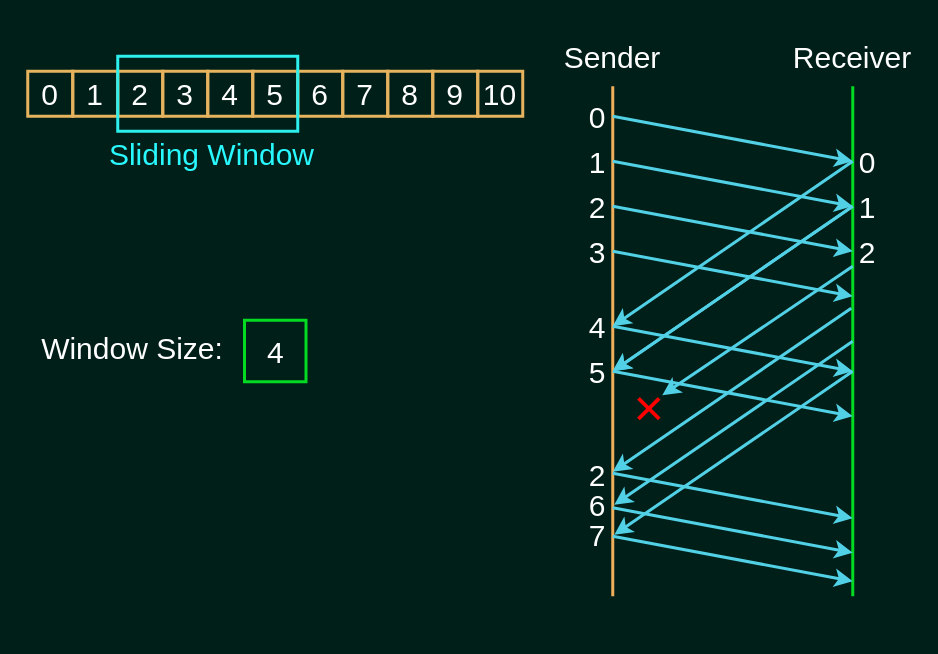
This is page "滑动窗口goback-N 的副本" (4 of 6) of booming/ppt18_lag.drawio from yrdimple/flowChart, a draw.io file, before an edit. Source tidied: cells renumbered, new cells numbered last; positions are measured from the earlier drawing's top-left corner, leaving out a move shared by most shapes. Both pictures are drawn from the tidied source at 150%, with x=0, y=0 at pixel (27, 26).
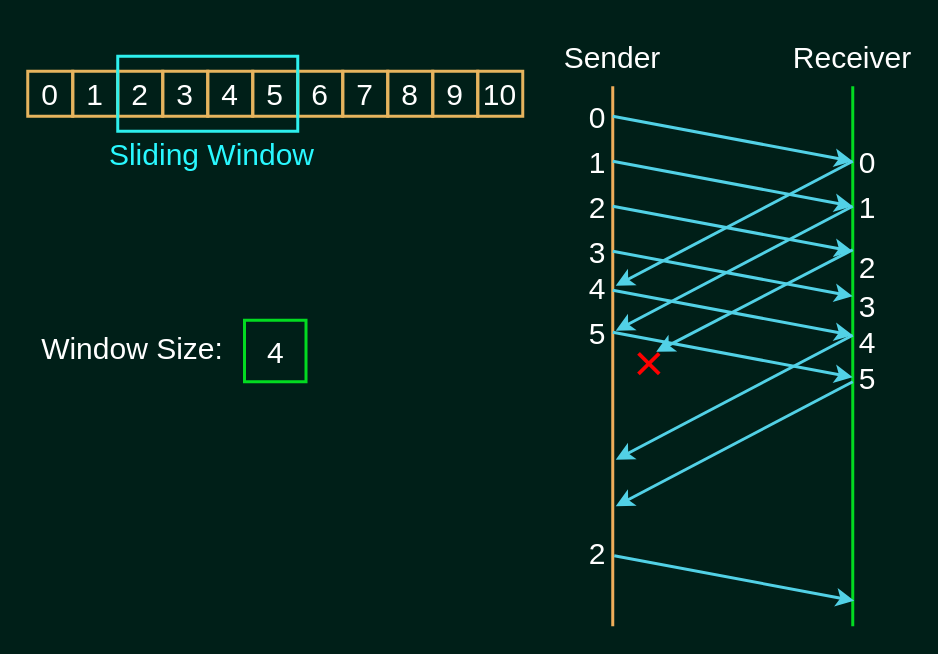
After the change.

Unchanged cells that the change refers to:
```xml
<mxCell id="14" value="Sender" style="rounded=1;whiteSpace=wrap;html=1;fontSize=20;strokeColor=none;fillColor=none;strokeWidth=2;fontColor=#FFFFFF;" parent="1" vertex="1">
  <mxGeometry x="350" width="80" height="40" as="geometry" />
</mxCell>
```

What changed in the source:
```diff
@@
     <mxCell id="13" style="endArrow=none;html=1;rounded=0;fontSize=20;strokeWidth=2;fillColor=#ffcc99;strokeColor=#efae5a;entryX=0.5;entryY=1;entryDx=0;entryDy=0;" parent="1" edge="1" target="14">
       <mxGeometry relative="1" as="geometry">
-        <mxPoint x="390" y="380" as="sourcePoint" />
+        <mxPoint x="390" y="400" as="sourcePoint" />
       </mxGeometry>
     </mxCell>
@@
     <mxCell id="16" style="endArrow=none;html=1;rounded=0;fontSize=20;strokeWidth=2;strokeColor=#02db21;" parent="1" edge="1">
       <mxGeometry relative="1" as="geometry">
-        <mxPoint x="550" y="380" as="sourcePoint" />
+        <mxPoint x="550" y="400" as="sourcePoint" />
         <mxPoint x="550" y="40" as="targetPoint" />
       </mxGeometry>
     </mxCell>
@@
     <mxCell id="22" style="endArrow=classic;html=1;rounded=0;fontSize=20;strokeWidth=2;fillColor=#b1ddf0;strokeColor=#52d1e6;fontColor=#FFFFFF;" parent="1" edge="1">
       <mxGeometry relative="1" as="geometry">
         <mxPoint x="550" y="90" as="sourcePoint" />
-        <mxPoint x="390" y="200" as="targetPoint" />
+        <mxPoint x="392" y="173" as="targetPoint" />
       </mxGeometry>
     </mxCell>
-    <mxCell id="23" style="endArrow=classic;html=1;rounded=0;fontSize=20;strokeWidth=2;fillColor=#b1ddf0;strokeColor=#52d1e6;fontColor=#FFFFFF;" parent="1" edge="1">
-      <mxGeometry relative="1" as="geometry">
-        <mxPoint x="550" y="120" as="sourcePoint" />
-        <mxPoint x="390" y="230" as="targetPoint" />
-      </mxGeometry>
-    </mxCell>
-    <mxCell id="24" style="endArrow=classic;html=1;rounded=0;fontSize=20;strokeWidth=2;fillColor=#b1ddf0;strokeColor=#52d1e6;fontColor=#FFFFFF;" parent="1" edge="1">
-      <mxGeometry relative="1" as="geometry">
-        <mxPoint x="550" y="120" as="sourcePoint" />
-        <mxPoint x="390" y="230" as="targetPoint" />
-      </mxGeometry>
-    </mxCell>
@@
     <mxCell id="30" value="&lt;font style=&quot;font-size: 20px;&quot;&gt;2&lt;/font&gt;" style="whiteSpace=wrap;html=1;fillColor=none;strokeColor=none;strokeWidth=2;fontColor=#FFFFFF;" parent="1" vertex="1">
-      <mxGeometry x="550" y="140" width="20" height="20" as="geometry" />
+      <mxGeometry x="550" y="150" width="20" height="20" as="geometry" />
     </mxCell>
     <mxCell id="31" style="endArrow=classic;html=1;rounded=0;fontSize=20;strokeWidth=2;fillColor=#b1ddf0;strokeColor=#52d1e6;fontColor=#FFFFFF;" parent="1" edge="1">
       <mxGeometry relative="1" as="geometry">
-        <mxPoint x="390" y="200" as="sourcePoint" />
-        <mxPoint x="550" y="230" as="targetPoint" />
+        <mxPoint x="390" y="176" as="sourcePoint" />
+        <mxPoint x="550" y="206" as="targetPoint" />
       </mxGeometry>
     </mxCell>
     <mxCell id="32" style="endArrow=classic;html=1;rounded=0;fontSize=20;strokeWidth=2;fillColor=#b1ddf0;strokeColor=#52d1e6;fontColor=#FFFFFF;" parent="1" edge="1">
       <mxGeometry relative="1" as="geometry">
-        <mxPoint x="390" y="230" as="sourcePoint" />
-        <mxPoint x="550" y="260" as="targetPoint" />
+        <mxPoint x="390" y="204" as="sourcePoint" />
+        <mxPoint x="550" y="234" as="targetPoint" />
       </mxGeometry>
     </mxCell>
     <mxCell id="33" value="&lt;font style=&quot;font-size: 20px;&quot;&gt;5&lt;/font&gt;" style="whiteSpace=wrap;html=1;fillColor=none;strokeColor=none;strokeWidth=2;fontColor=#FFFFFF;" parent="1" vertex="1">
-      <mxGeometry x="370" y="220" width="20" height="20" as="geometry" />
+      <mxGeometry x="370" y="194" width="20" height="20" as="geometry" />
     </mxCell>
     <mxCell id="34" value="&lt;font style=&quot;font-size: 20px;&quot;&gt;4&lt;/font&gt;" style="whiteSpace=wrap;html=1;fillColor=none;strokeColor=none;strokeWidth=2;fontColor=#FFFFFF;" parent="1" vertex="1">
-      <mxGeometry x="370" y="190" width="20" height="20" as="geometry" />
+      <mxGeometry x="370" y="164" width="20" height="20" as="geometry" />
     </mxCell>
-    <mxCell id="35" style="endArrow=classic;html=1;rounded=0;fontSize=20;strokeWidth=2;fillColor=#b1ddf0;strokeColor=#52d1e6;fontColor=#FFFFFF;" parent="1" edge="1">
-      <mxGeometry relative="1" as="geometry">
-        <mxPoint x="550" y="160" as="sourcePoint" />
-        <mxPoint x="423" y="246" as="targetPoint" />
-      </mxGeometry>
-    </mxCell>
@@
     <mxCell id="40" value="×" style="rounded=0;whiteSpace=wrap;html=1;fontSize=35;fontColor=#FF0000;strokeColor=none;strokeWidth=2;fillColor=none;" parent="1" vertex="1">
-      <mxGeometry x="399" y="244" width="31" height="19" as="geometry" />
+      <mxGeometry x="399" y="214" width="31" height="19" as="geometry" />
     </mxCell>
-    <mxCell id="41" style="endArrow=classic;html=1;rounded=0;fontSize=20;strokeWidth=2;fillColor=#b1ddf0;strokeColor=#52d1e6;fontColor=#FFFFFF;" parent="1" edge="1">
-      <mxGeometry relative="1" as="geometry">
-        <mxPoint x="390" y="340" as="sourcePoint" />
-        <mxPoint x="550" y="370" as="targetPoint" />
-      </mxGeometry>
-    </mxCell>
-    <mxCell id="42" style="endArrow=classic;html=1;rounded=0;fontSize=20;strokeWidth=2;fillColor=#b1ddf0;strokeColor=#52d1e6;fontColor=#FFFFFF;" parent="1" edge="1">
-      <mxGeometry relative="1" as="geometry">
-        <mxPoint x="549" y="188" as="sourcePoint" />
-        <mxPoint x="390" y="297" as="targetPoint" />
-      </mxGeometry>
-    </mxCell>
-    <mxCell id="43" style="endArrow=classic;html=1;rounded=0;fontSize=20;strokeWidth=2;fillColor=#b1ddf0;strokeColor=#52d1e6;fontColor=#FFFFFF;" parent="1" edge="1">
-      <mxGeometry relative="1" as="geometry">
-        <mxPoint x="550" y="210" as="sourcePoint" />
-        <mxPoint x="391" y="319" as="targetPoint" />
-      </mxGeometry>
-    </mxCell>
-    <mxCell id="44" style="endArrow=classic;html=1;rounded=0;fontSize=20;strokeWidth=2;fillColor=#b1ddf0;strokeColor=#52d1e6;fontColor=#FFFFFF;" parent="1" edge="1">
-      <mxGeometry relative="1" as="geometry">
-        <mxPoint x="550" y="230" as="sourcePoint" />
-        <mxPoint x="391" y="339" as="targetPoint" />
-      </mxGeometry>
-    </mxCell>
-    <mxCell id="45" style="endArrow=classic;html=1;rounded=0;fontSize=20;strokeWidth=2;fillColor=#b1ddf0;strokeColor=#52d1e6;fontColor=#FFFFFF;" parent="1" edge="1">
-      <mxGeometry relative="1" as="geometry">
-        <mxPoint x="390" y="321" as="sourcePoint" />
-        <mxPoint x="550" y="351" as="targetPoint" />
-      </mxGeometry>
-    </mxCell>
-    <mxCell id="46" style="endArrow=classic;html=1;rounded=0;fontSize=20;strokeWidth=2;fillColor=#b1ddf0;strokeColor=#52d1e6;fontColor=#FFFFFF;" parent="1" edge="1">
-      <mxGeometry relative="1" as="geometry">
-        <mxPoint x="390" y="298" as="sourcePoint" />
-        <mxPoint x="550" y="328" as="targetPoint" />
-      </mxGeometry>
-    </mxCell>
     <mxCell id="47" value="&lt;font style=&quot;font-size: 20px;&quot;&gt;2&lt;/font&gt;" style="whiteSpace=wrap;html=1;fillColor=none;strokeColor=none;strokeWidth=2;fontColor=#FFFFFF;" parent="1" vertex="1">
-      <mxGeometry x="370" y="289" width="20" height="20" as="geometry" />
+      <mxGeometry x="370" y="341" width="20" height="20" as="geometry" />
     </mxCell>
-    <mxCell id="48" value="&lt;font style=&quot;font-size: 20px;&quot;&gt;6&lt;/font&gt;" style="whiteSpace=wrap;html=1;fillColor=none;strokeColor=none;strokeWidth=2;fontColor=#FFFFFF;" parent="1" vertex="1">
-      <mxGeometry x="370" y="309" width="20" height="20" as="geometry" />
-    </mxCell>
-    <mxCell id="49" value="&lt;font style=&quot;font-size: 20px;&quot;&gt;7&lt;/font&gt;" style="whiteSpace=wrap;html=1;fillColor=none;strokeColor=none;strokeWidth=2;fontColor=#FFFFFF;" parent="1" vertex="1">
-      <mxGeometry x="370" y="329" width="20" height="20" as="geometry" />
-    </mxCell>
+    <mxCell id="50" value="&lt;font style=&quot;font-size: 20px;&quot;&gt;3&lt;/font&gt;" style="whiteSpace=wrap;html=1;fillColor=none;strokeColor=none;strokeWidth=2;fontColor=#FFFFFF;" parent="1" vertex="1">
+      <mxGeometry x="550" y="176" width="20" height="20" as="geometry" />
+    </mxCell>
+    <mxCell id="51" value="&lt;font style=&quot;font-size: 20px;&quot;&gt;4&lt;/font&gt;" style="whiteSpace=wrap;html=1;fillColor=none;strokeColor=none;strokeWidth=2;fontColor=#FFFFFF;" parent="1" vertex="1">
+      <mxGeometry x="550" y="200" width="20" height="20" as="geometry" />
+    </mxCell>
+    <mxCell id="52" value="&lt;font style=&quot;font-size: 20px;&quot;&gt;5&lt;/font&gt;" style="whiteSpace=wrap;html=1;fillColor=none;strokeColor=none;strokeWidth=2;fontColor=#FFFFFF;" parent="1" vertex="1">
+      <mxGeometry x="550" y="224" width="20" height="20" as="geometry" />
+    </mxCell>
+    <mxCell id="53" style="endArrow=classic;html=1;rounded=0;fontSize=20;strokeWidth=2;fillColor=#b1ddf0;strokeColor=#52d1e6;fontColor=#FFFFFF;" parent="1" edge="1">
+      <mxGeometry relative="1" as="geometry">
+        <mxPoint x="550" y="120" as="sourcePoint" />
+        <mxPoint x="392" y="203" as="targetPoint" />
+      </mxGeometry>
+    </mxCell>
+    <mxCell id="54" style="endArrow=classic;html=1;rounded=0;fontSize=20;strokeWidth=2;fillColor=#b1ddf0;strokeColor=#52d1e6;fontColor=#FFFFFF;" parent="1" edge="1">
+      <mxGeometry relative="1" as="geometry">
+        <mxPoint x="550" y="149" as="sourcePoint" />
+        <mxPoint x="419" y="217" as="targetPoint" />
+      </mxGeometry>
+    </mxCell>
+    <mxCell id="55" style="endArrow=classic;html=1;rounded=0;fontSize=20;strokeWidth=2;fillColor=#b1ddf0;strokeColor=#52d1e6;fontColor=#FFFFFF;" parent="1" edge="1">
+      <mxGeometry relative="1" as="geometry">
+        <mxPoint x="550" y="206" as="sourcePoint" />
+        <mxPoint x="392" y="289" as="targetPoint" />
+      </mxGeometry>
+    </mxCell>
+    <mxCell id="56" style="endArrow=classic;html=1;rounded=0;fontSize=20;strokeWidth=2;fillColor=#b1ddf0;strokeColor=#52d1e6;fontColor=#FFFFFF;" parent="1" edge="1">
+      <mxGeometry relative="1" as="geometry">
+        <mxPoint x="550" y="237" as="sourcePoint" />
+        <mxPoint x="392" y="320" as="targetPoint" />
+      </mxGeometry>
+    </mxCell>
+    <mxCell id="57" style="endArrow=classic;html=1;rounded=0;fontSize=20;strokeWidth=2;fillColor=#b1ddf0;strokeColor=#52d1e6;fontColor=#FFFFFF;" parent="1" edge="1">
+      <mxGeometry relative="1" as="geometry">
+        <mxPoint x="391" y="353" as="sourcePoint" />
+        <mxPoint x="551" y="383" as="targetPoint" />
+      </mxGeometry>
+    </mxCell>
```
